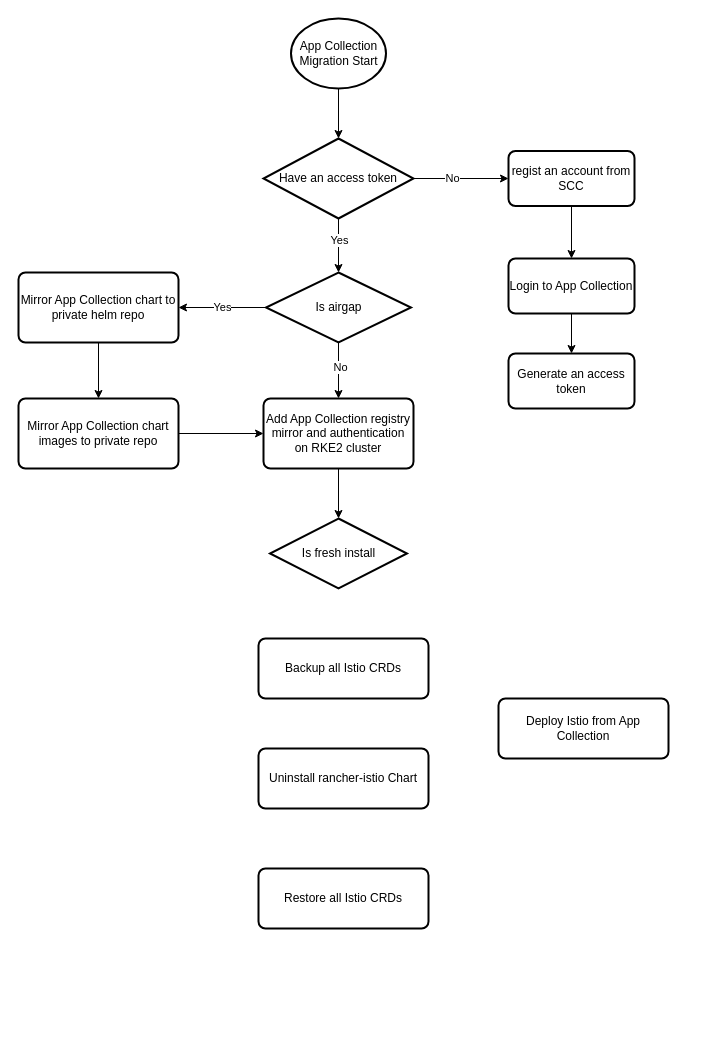
Earlier version of the draw.io diagram user-app-collection-in-rancher.drawio (JacieChao/jacie-docs). Source tidied: cells renumbered, new cells numbered last; positions are measured from the earlier drawing's top-left corner, leaving out a move shared by most shapes. Both pictures are drawn from the tidied source at 100%, with x=0, y=0 at pixel (18, 18).
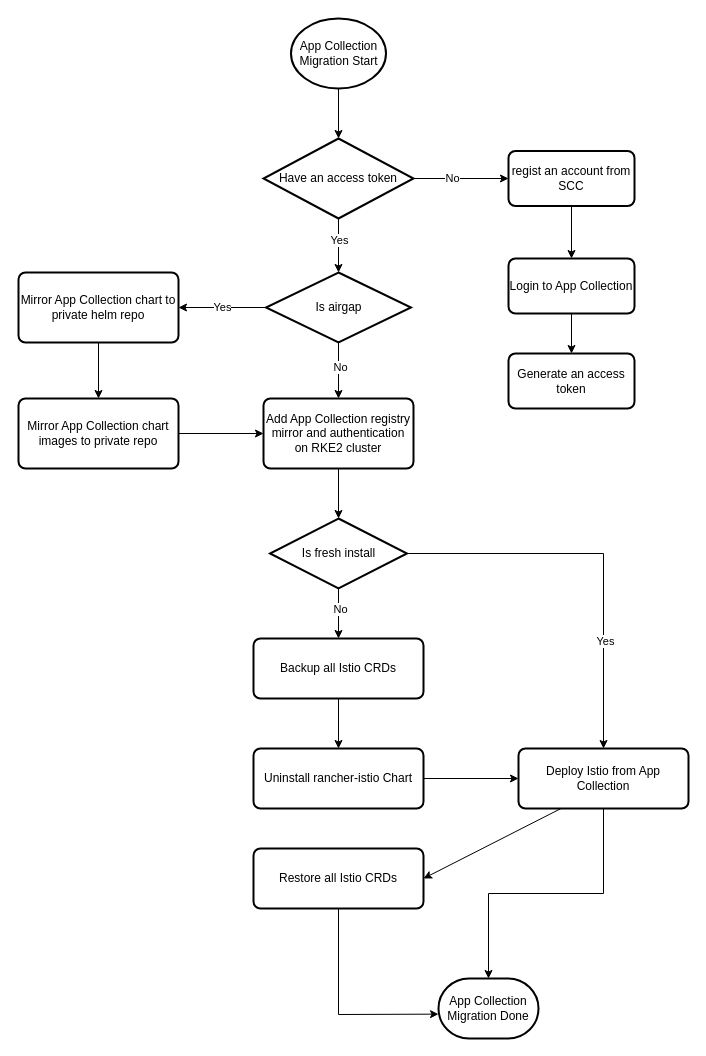
The same diagram, later.

Unchanged cells that the change refers to:
```xml
<mxCell id="25" value="Is fresh install" style="strokeWidth=2;html=1;shape=mxgraph.flowchart.decision;whiteSpace=wrap;" parent="1" vertex="1">
  <mxGeometry x="251.5" y="500" width="137" height="70" as="geometry" />
</mxCell>
```

Diff of the diagram source:
```diff
@@
-<mxGraphModel>
+<mxGraphModel background="#ffffff">
@@
+    <mxCell id="30" style="edgeStyle=orthogonalEdgeStyle;rounded=0;jettySize=auto;html=1;" parent="1" edge="1" source="25" target="26">
+      <mxGeometry relative="1" as="geometry">
+        <Array as="points">
+          <mxPoint x="320" y="590" />
+          <mxPoint x="320" y="590" />
+        </Array>
+      </mxGeometry>
+    </mxCell>
+    <mxCell id="31" value="No" style="edgeLabel;html=1;align=center;verticalAlign=middle;" parent="30" vertex="1">
+      <mxGeometry x="-0.19" y="1" relative="1" as="geometry" />
+    </mxCell>
+    <mxCell id="32" style="edgeStyle=orthogonalEdgeStyle;rounded=0;jettySize=auto;html=1;" parent="1" edge="1" source="25" target="28">
+      <mxGeometry relative="1" as="geometry" />
+    </mxCell>
+    <mxCell id="33" value="Yes" style="edgeLabel;html=1;align=center;verticalAlign=middle;" parent="32" vertex="1">
+      <mxGeometry x="0.45" y="1" relative="1" as="geometry" />
+    </mxCell>
@@
+    <mxCell id="34" style="edgeStyle=orthogonalEdgeStyle;rounded=0;jettySize=auto;html=1;" parent="1" edge="1" source="26" target="27">
+      <mxGeometry relative="1" as="geometry" />
+    </mxCell>
     <mxCell id="26" value="Backup all Istio CRDs" style="rounded=1;whiteSpace=wrap;html=1;absoluteArcSize=1;arcSize=14;strokeWidth=2;" parent="1" vertex="1">
-      <mxGeometry x="240" y="620" width="170" height="60" as="geometry" />
+      <mxGeometry x="235" y="620" width="170" height="60" as="geometry" />
     </mxCell>
+    <mxCell id="35" style="edgeStyle=orthogonalEdgeStyle;rounded=0;jettySize=auto;html=1;" parent="1" edge="1" source="27" target="28">
+      <mxGeometry relative="1" as="geometry" />
+    </mxCell>
     <mxCell id="27" value="Uninstall rancher-istio Chart" style="rounded=1;whiteSpace=wrap;html=1;absoluteArcSize=1;arcSize=14;strokeWidth=2;" parent="1" vertex="1">
-      <mxGeometry x="240" y="730" width="170" height="60" as="geometry" />
+      <mxGeometry x="235" y="730" width="170" height="60" as="geometry" />
     </mxCell>
+    <mxCell id="36" style="edgeStyle=orthogonalEdgeStyle;rounded=0;jettySize=auto;html=1;" parent="1" edge="1" source="28" target="37">
+      <mxGeometry relative="1" as="geometry" />
+    </mxCell>
     <mxCell id="28" value="Deploy Istio from App Collection" style="rounded=1;whiteSpace=wrap;html=1;absoluteArcSize=1;arcSize=14;strokeWidth=2;" parent="1" vertex="1">
-      <mxGeometry x="480" y="680" width="170" height="60" as="geometry" />
+      <mxGeometry x="500" y="730" width="170" height="60" as="geometry" />
     </mxCell>
     <mxCell id="29" value="Restore all Istio CRDs" style="rounded=1;whiteSpace=wrap;html=1;absoluteArcSize=1;arcSize=14;strokeWidth=2;" parent="1" vertex="1">
-      <mxGeometry x="240" y="850" width="170" height="60" as="geometry" />
+      <mxGeometry x="235" y="830" width="170" height="60" as="geometry" />
     </mxCell>
+    <mxCell id="37" value="App Collection Migration Done" style="strokeWidth=2;html=1;shape=mxgraph.flowchart.terminator;whiteSpace=wrap;" parent="1" vertex="1">
+      <mxGeometry x="420" y="960" width="100" height="60" as="geometry" />
+    </mxCell>
+    <mxCell id="38" style="endArrow=classic;html=1;rounded=0;exitX=0.25;exitY=1;exitDx=0;exitDy=0;entryX=1;entryY=0.5;entryDx=0;entryDy=0;" parent="1" edge="1" source="28" target="29">
+      <mxGeometry relative="1" as="geometry" />
+    </mxCell>
+    <mxCell id="39" style="endArrow=classic;html=1;rounded=0;exitX=0.5;exitY=1;exitDx=0;exitDy=0;entryX=0;entryY=0.594;entryDx=0;entryDy=0;entryPerimeter=0;" parent="1" edge="1" source="29" target="37">
+      <mxGeometry relative="1" as="geometry">
+        <Array as="points">
+          <mxPoint x="320" y="996" />
+        </Array>
+      </mxGeometry>
+    </mxCell>
```
